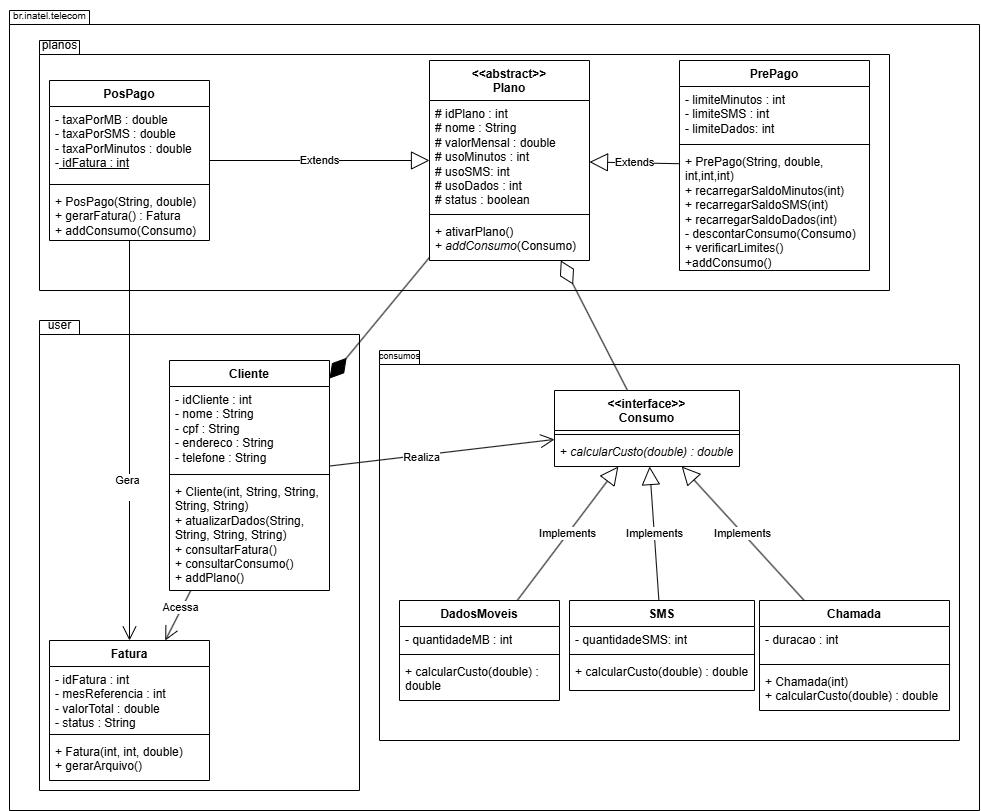
Before: diagramaUML.drawio.png, a diagram exported from draw.io (Jhone93567/Projeto-POO). Source tidied: cells renumbered, new cells last; positions are measured from the earlier drawing's top-left corner, leaving out a move shared by most shapes.
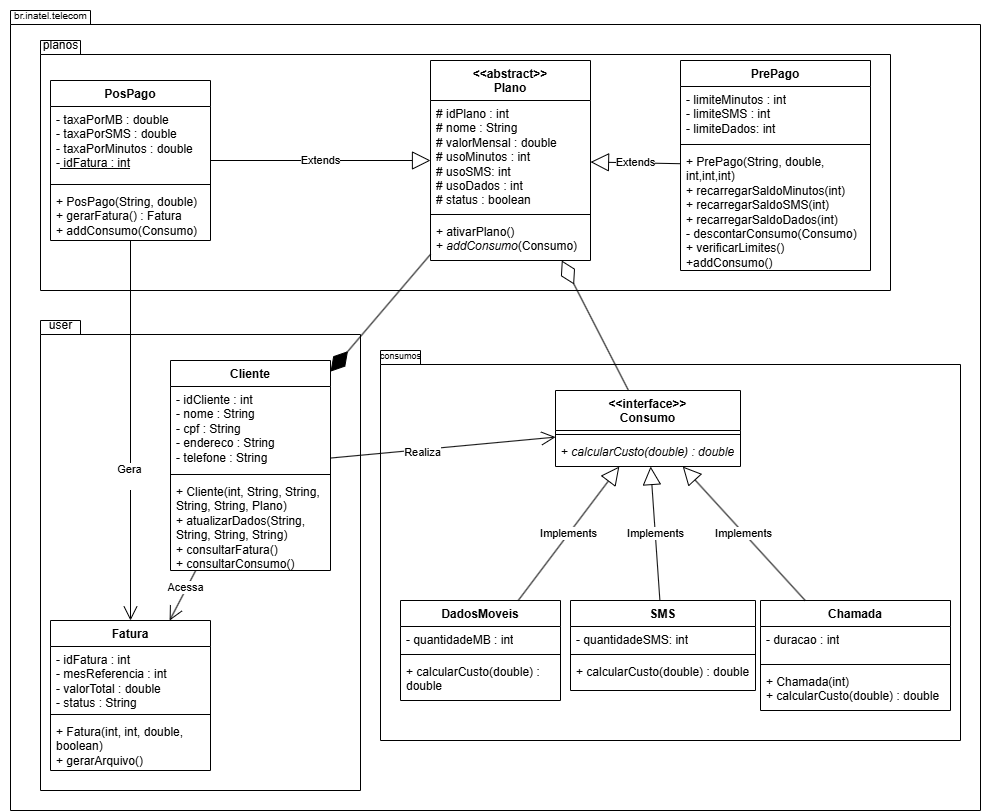
The same diagram one commit later.

Diff of the diagram source:
```diff
@@ -48,7 +48,7 @@
       <mxGeometry y="88" width="190" height="122" as="geometry" />
     </mxCell>
     <mxCell id="17" value="Cliente" style="swimlane;fontStyle=1;align=center;verticalAlign=top;horizontal=1;startSize=26;whiteSpace=wrap;html=1;" parent="1" vertex="1">
-      <mxGeometry x="170" y="360" width="160" height="230" as="geometry" />
+      <mxGeometry x="170" y="360" width="160" height="210" as="geometry" />
     </mxCell>
     <mxCell id="18" value="- idCliente : int&lt;div&gt;- nome : String&lt;/div&gt;&lt;div&gt;- cpf : String&lt;/div&gt;&lt;div&gt;- endereco : String&lt;/div&gt;&lt;div&gt;- telefone : String&lt;/div&gt;" style="text;strokeColor=none;fillColor=none;align=left;verticalAlign=top;spacingLeft=4;spacingRight=4;overflow=hidden;whiteSpace=wrap;html=1;" parent="17" vertex="1">
       <mxGeometry y="26" width="160" height="84" as="geometry" />
@@ -56,8 +56,8 @@
     <mxCell id="19" style="line;strokeWidth=1;fillColor=none;align=left;verticalAlign=middle;spacingTop=-1;spacingLeft=3;spacingRight=3;labelPosition=right;strokeColor=inherit;" parent="17" vertex="1">
       <mxGeometry y="110" width="160" height="8" as="geometry" />
     </mxCell>
-    <mxCell id="20" value="+ Cliente(int, String, String, String, String)&lt;br&gt;&lt;div&gt;+ atualizarDados(String, String, String, String)&lt;/div&gt;&lt;div&gt;+ consultarFatura()&lt;/div&gt;&lt;div&gt;+ consultarConsumo()&lt;/div&gt;&lt;div&gt;+ addPlano()&lt;/div&gt;" style="text;strokeColor=none;fillColor=none;align=left;verticalAlign=top;spacingLeft=4;spacingRight=4;overflow=hidden;whiteSpace=wrap;html=1;" parent="17" vertex="1">
-      <mxGeometry y="118" width="160" height="112" as="geometry" />
+    <mxCell id="20" value="+ Cliente(int, String, String, String, String, Plano)&lt;br&gt;&lt;div&gt;+ atualizarDados(String, String, String, String)&lt;/div&gt;&lt;div&gt;+ consultarFatura()&lt;/div&gt;&lt;div&gt;+ consultarConsumo()&lt;/div&gt;" style="text;strokeColor=none;fillColor=none;align=left;verticalAlign=top;spacingLeft=4;spacingRight=4;overflow=hidden;whiteSpace=wrap;html=1;" parent="17" vertex="1">
+      <mxGeometry y="118" width="160" height="92" as="geometry" />
     </mxCell>
     <mxCell id="21" value="Chamada" style="swimlane;fontStyle=1;align=center;verticalAlign=top;horizontal=1;startSize=26;whiteSpace=wrap;html=1;" parent="1" vertex="1">
       <mxGeometry x="760" y="600" width="190" height="110" as="geometry" />
@@ -96,7 +96,7 @@
       <mxGeometry y="58" width="160" height="42" as="geometry" />
     </mxCell>
     <mxCell id="33" value="Fatura" style="swimlane;fontStyle=1;align=center;verticalAlign=top;horizontal=1;startSize=26;whiteSpace=wrap;html=1;" parent="1" vertex="1">
-      <mxGeometry x="50" y="640" width="160" height="140" as="geometry" />
+      <mxGeometry x="50" y="620" width="160" height="150" as="geometry" />
     </mxCell>
     <mxCell id="34" value="- idFatura : int&lt;div&gt;- mesReferencia : int&lt;/div&gt;&lt;div&gt;- valorTotal : double&lt;/div&gt;&lt;div&gt;- status : String&amp;nbsp;&lt;/div&gt;" style="text;strokeColor=none;fillColor=none;align=left;verticalAlign=top;spacingLeft=4;spacingRight=4;overflow=hidden;whiteSpace=wrap;html=1;" parent="33" vertex="1">
       <mxGeometry y="26" width="160" height="64" as="geometry" />
@@ -104,8 +104,8 @@
     <mxCell id="35" style="line;strokeWidth=1;fillColor=none;align=left;verticalAlign=middle;spacingTop=-1;spacingLeft=3;spacingRight=3;labelPosition=right;strokeColor=inherit;" parent="33" vertex="1">
       <mxGeometry y="90" width="160" height="8" as="geometry" />
     </mxCell>
-    <mxCell id="36" value="&lt;div&gt;+ Fatura(int, int, double)&lt;/div&gt;&lt;div&gt;+ gerarArquivo()&lt;/div&gt;" style="text;strokeColor=none;fillColor=none;align=left;verticalAlign=top;spacingLeft=4;spacingRight=4;overflow=hidden;whiteSpace=wrap;html=1;" parent="33" vertex="1">
-      <mxGeometry y="98" width="160" height="42" as="geometry" />
+    <mxCell id="36" value="&lt;div&gt;+ Fatura(int, int, double, boolean)&lt;/div&gt;&lt;div&gt;+ gerarArquivo()&lt;/div&gt;" style="text;strokeColor=none;fillColor=none;align=left;verticalAlign=top;spacingLeft=4;spacingRight=4;overflow=hidden;whiteSpace=wrap;html=1;" parent="33" vertex="1">
+      <mxGeometry y="98" width="160" height="52" as="geometry" />
     </mxCell>
     <mxCell id="37" value="Extends" style="endArrow=block;endSize=16;endFill=0;html=1;rounded=0;" parent="1" edge="1" source="13" target="9">
       <mxGeometry relative="1" as="geometry" />
```
